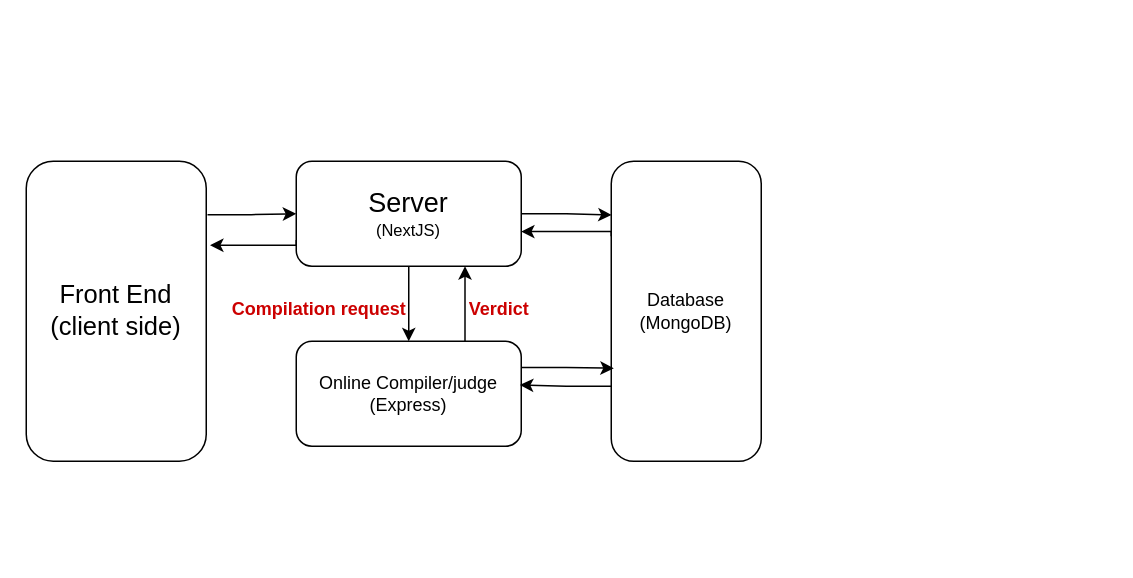
This is OjDesign.drawio from DeveHk/assets, a draw.io file, before an edit. Source tidied: cells renumbered, new cells numbered last; positions are measured from the earlier drawing's top-left corner, leaving out a move shared by most shapes. Both pictures are drawn from the tidied source at 150%, with x=0, y=0 at pixel (26, 160).
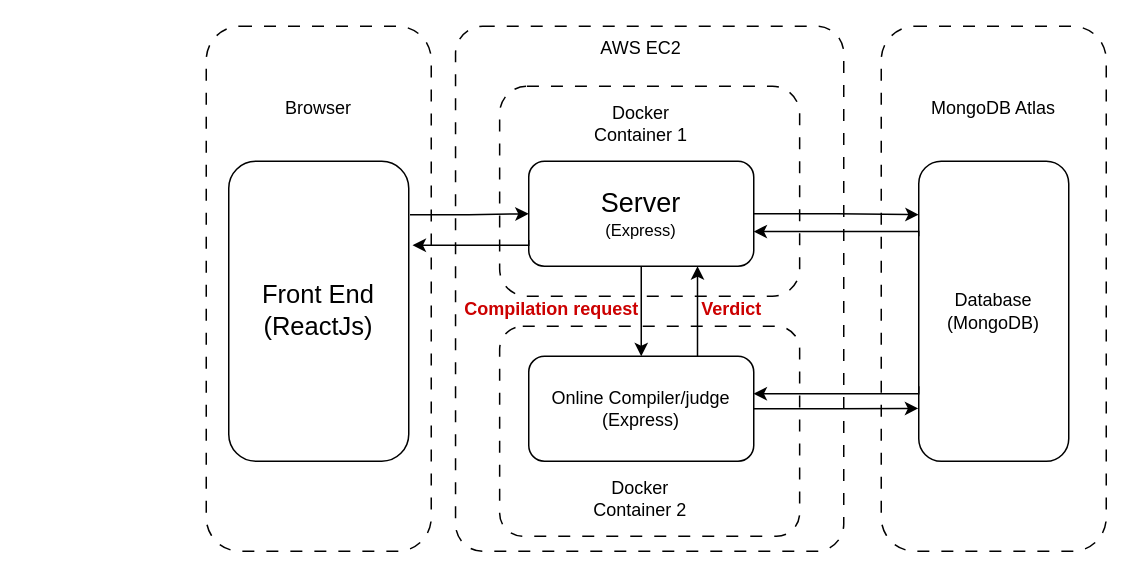
After the change.

The edit, as a diff of the source:
```diff
@@
+    <mxCell id="16" style="rounded=1;whiteSpace=wrap;html=1;dashed=1;dashPattern=8 8;" parent="1" vertex="1">
+      <mxGeometry x="120" y="-90" width="150" height="350" as="geometry" />
+    </mxCell>
+    <mxCell id="17" style="rounded=1;whiteSpace=wrap;html=1;dashed=1;dashPattern=8 8;" parent="1" vertex="1">
+      <mxGeometry x="570" y="-90" width="150" height="350" as="geometry" />
+    </mxCell>
+    <mxCell id="18" style="rounded=1;whiteSpace=wrap;html=1;arcSize=7;dashed=1;dashPattern=8 8;" parent="1" vertex="1">
+      <mxGeometry x="286.2" y="-90" width="258.8" height="350" as="geometry" />
+    </mxCell>
+    <mxCell id="19" style="rounded=1;whiteSpace=wrap;html=1;dashed=1;arcSize=13;dashPattern=8 8;" parent="1" vertex="1">
+      <mxGeometry x="315.6" y="-50" width="200" height="140" as="geometry" />
+    </mxCell>
+    <mxCell id="20" style="rounded=1;whiteSpace=wrap;html=1;dashed=1;arcSize=11;dashPattern=8 8;" parent="1" vertex="1">
+      <mxGeometry x="315.6" y="110" width="200" height="140" as="geometry" />
+    </mxCell>
@@
-    <mxCell id="3" value="&lt;font style=&quot;font-size: 17px;&quot;&gt;Front End&lt;/font&gt;&lt;div&gt;&lt;span style=&quot;font-size: 17px;&quot;&gt;(client side)&lt;/span&gt;&lt;/div&gt;" style="rounded=1;whiteSpace=wrap;html=1;" parent="1" vertex="1">
-      <mxGeometry width="120" height="200" as="geometry" />
+    <mxCell id="3" value="&lt;font style=&quot;font-size: 17px;&quot;&gt;Front End&lt;/font&gt;&lt;div&gt;&lt;span style=&quot;font-size: 17px;&quot;&gt;(ReactJs)&lt;/span&gt;&lt;/div&gt;" style="rounded=1;whiteSpace=wrap;html=1;" parent="1" vertex="1">
+      <mxGeometry x="135" width="120" height="200" as="geometry" />
     </mxCell>
@@
     <mxCell id="5" value="Online Compiler/judge&lt;div&gt;(Express)&lt;/div&gt;" style="rounded=1;whiteSpace=wrap;html=1;" parent="1" vertex="1">
-      <mxGeometry x="180" y="120" width="150" height="70" as="geometry" />
+      <mxGeometry x="335" y="130" width="150" height="70" as="geometry" />
     </mxCell>
@@
-    <mxCell id="7" value="&lt;font style=&quot;font-size: 18px;&quot;&gt;Server&lt;/font&gt;&lt;div style=&quot;font-size: 11px;&quot;&gt;&lt;font style=&quot;font-size: 11px;&quot;&gt;(&lt;/font&gt;&lt;font style=&quot;font-size: 11px;&quot;&gt;NextJS)&lt;/font&gt;&lt;/div&gt;" style="rounded=1;whiteSpace=wrap;html=1;" parent="1" vertex="1">
-      <mxGeometry x="180" width="150" height="70" as="geometry" />
+    <mxCell id="7" value="&lt;font style=&quot;font-size: 18px;&quot;&gt;Server&lt;/font&gt;&lt;div style=&quot;font-size: 11px;&quot;&gt;&lt;font style=&quot;font-size: 11px;&quot;&gt;(&lt;/font&gt;&lt;font style=&quot;font-size: 11px;&quot;&gt;Express&lt;/font&gt;&lt;span style=&quot;background-color: initial;&quot;&gt;)&lt;/span&gt;&lt;/div&gt;" style="rounded=1;whiteSpace=wrap;html=1;" parent="1" vertex="1">
+      <mxGeometry x="335" width="150" height="70" as="geometry" />
     </mxCell>
     <mxCell id="8" value="Database&lt;div&gt;(MongoDB)&lt;/div&gt;" style="rounded=1;whiteSpace=wrap;html=1;" parent="1" vertex="1">
-      <mxGeometry x="390" width="100" height="200" as="geometry" />
+      <mxGeometry x="595" width="100" height="200" as="geometry" />
     </mxCell>
-    <mxCell id="9" style="edgeStyle=orthogonalEdgeStyle;rounded=0;jettySize=auto;html=1;exitX=1;exitY=0.5;exitDx=0;exitDy=0;entryX=0.003;entryY=0.179;entryDx=0;entryDy=0;entryPerimeter=0;" parent="1" edge="1" source="7" target="8">
-      <mxGeometry relative="1" as="geometry" />
-    </mxCell>
     <mxCell id="10" style="edgeStyle=orthogonalEdgeStyle;rounded=0;jettySize=auto;html=1;exitX=0;exitY=0.25;exitDx=0;exitDy=0;entryX=0.999;entryY=0.67;entryDx=0;entryDy=0;entryPerimeter=0;" parent="1" edge="1" source="8" target="7">
       <mxGeometry relative="1" as="geometry">
         <Array as="points">
-          <mxPoint x="390" y="47" />
+          <mxPoint x="595" y="47" />
         </Array>
       </mxGeometry>
     </mxCell>
-    <mxCell id="11" style="edgeStyle=orthogonalEdgeStyle;rounded=0;jettySize=auto;html=1;exitX=0;exitY=0.75;exitDx=0;exitDy=0;entryX=0.994;entryY=0.416;entryDx=0;entryDy=0;entryPerimeter=0;" parent="1" edge="1" source="8" target="5">
-      <mxGeometry relative="1" as="geometry" />
-    </mxCell>
-    <mxCell id="12" style="edgeStyle=orthogonalEdgeStyle;rounded=0;jettySize=auto;html=1;exitX=1;exitY=0.25;exitDx=0;exitDy=0;entryX=0.017;entryY=0.69;entryDx=0;entryDy=0;entryPerimeter=0;" parent="1" edge="1" source="5" target="8">
-      <mxGeometry relative="1" as="geometry" />
-    </mxCell>
     <mxCell id="13" style="edgeStyle=orthogonalEdgeStyle;rounded=0;jettySize=auto;html=1;exitX=0;exitY=0.75;exitDx=0;exitDy=0;entryX=1.021;entryY=0.28;entryDx=0;entryDy=0;entryPerimeter=0;" parent="1" edge="1" source="7" target="3">
       <mxGeometry relative="1" as="geometry">
         <Array as="points">
-          <mxPoint x="180" y="56" />
+          <mxPoint x="335" y="56" />
         </Array>
       </mxGeometry>
     </mxCell>
     <mxCell id="14" value="&lt;font color=&quot;#cc0000&quot; style=&quot;font-size: 12px;&quot;&gt;Compilation request&lt;/font&gt;" style="text;strokeColor=none;fillColor=none;html=1;fontSize=24;fontStyle=1;verticalAlign=middle;align=center;rotation=0;" parent="1" vertex="1">
-      <mxGeometry x="120" y="80" width="150" height="30" as="geometry" />
+      <mxGeometry x="275" y="80" width="150" height="30" as="geometry" />
     </mxCell>
     <mxCell id="15" value="&lt;font color=&quot;#cc0000&quot;&gt;&lt;span style=&quot;font-size: 12px;&quot;&gt;Verdict&lt;/span&gt;&lt;/font&gt;" style="text;strokeColor=none;fillColor=none;html=1;fontSize=24;fontStyle=1;verticalAlign=middle;align=center;rotation=0;" parent="1" vertex="1">
-      <mxGeometry x="240" y="80" width="150" height="30" as="geometry" />
+      <mxGeometry x="395" y="80" width="150" height="30" as="geometry" />
     </mxCell>
+    <mxCell id="21" value="AWS EC2" style="text;html=1;align=center;verticalAlign=middle;whiteSpace=wrap;rounded=0;" parent="1" vertex="1">
+      <mxGeometry x="380" y="-90" width="60" height="30" as="geometry" />
+    </mxCell>
+    <mxCell id="11" style="edgeStyle=orthogonalEdgeStyle;rounded=0;jettySize=auto;html=1;exitX=0;exitY=0.75;exitDx=0;exitDy=0;entryX=0.999;entryY=0.357;entryDx=0;entryDy=0;entryPerimeter=0;" parent="1" edge="1" source="8" target="5">
+      <mxGeometry relative="1" as="geometry">
+        <Array as="points">
+          <mxPoint x="595" y="155" />
+        </Array>
+      </mxGeometry>
+    </mxCell>
+    <mxCell id="12" style="edgeStyle=orthogonalEdgeStyle;rounded=0;jettySize=auto;html=1;exitX=1;exitY=0.5;exitDx=0;exitDy=0;entryX=-0.003;entryY=0.824;entryDx=0;entryDy=0;entryPerimeter=0;" parent="1" edge="1" source="5" target="8">
+      <mxGeometry relative="1" as="geometry" />
+    </mxCell>
+    <mxCell id="22" value="Docker Container 2" style="text;html=1;align=center;verticalAlign=middle;whiteSpace=wrap;rounded=0;" parent="1" vertex="1">
+      <mxGeometry x="370.3" y="210" width="79.4" height="30" as="geometry" />
+    </mxCell>
+    <mxCell id="23" value="Docker Container 1" style="text;html=1;align=center;verticalAlign=middle;whiteSpace=wrap;rounded=0;" parent="1" vertex="1">
+      <mxGeometry x="365" y="-40" width="90" height="30" as="geometry" />
+    </mxCell>
+    <mxCell id="24" value="MongoDB Atlas" style="text;html=1;align=center;verticalAlign=middle;whiteSpace=wrap;rounded=0;" parent="1" vertex="1">
+      <mxGeometry x="600" y="-50" width="90" height="30" as="geometry" />
+    </mxCell>
+    <mxCell id="25" value="Browser" style="text;html=1;align=center;verticalAlign=middle;whiteSpace=wrap;rounded=0;" parent="1" vertex="1">
+      <mxGeometry x="150" y="-50" width="90" height="30" as="geometry" />
+    </mxCell>
+    <mxCell id="9" style="edgeStyle=orthogonalEdgeStyle;rounded=0;jettySize=auto;html=1;exitX=1;exitY=0.5;exitDx=0;exitDy=0;entryX=0;entryY=0.178;entryDx=0;entryDy=0;entryPerimeter=0;" parent="1" edge="1" source="7" target="8">
+      <mxGeometry relative="1" as="geometry" />
+    </mxCell>
```
